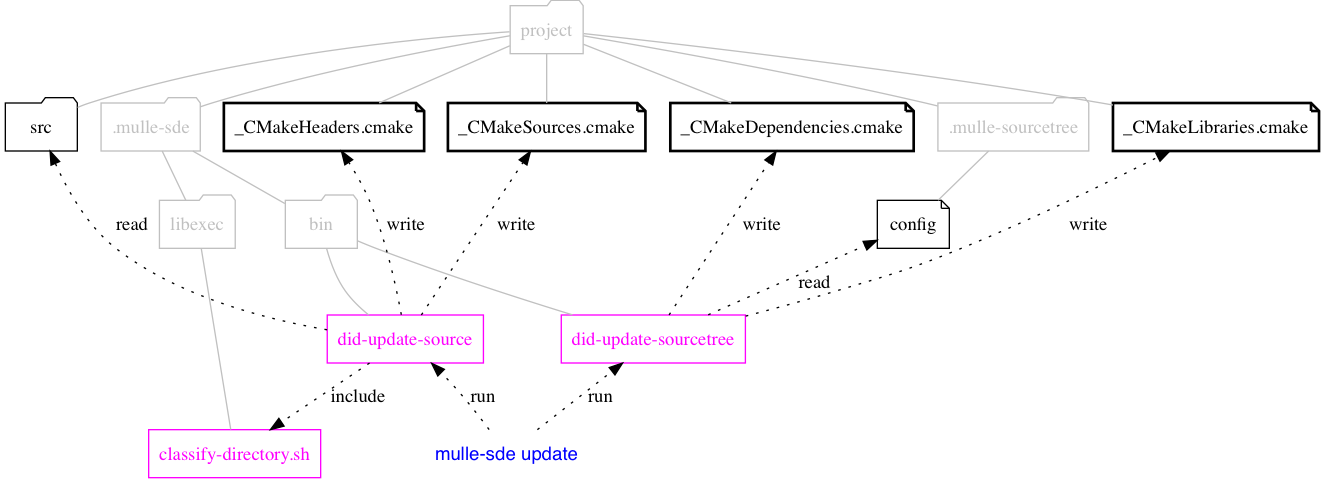
Above: dox/mulle-sde-update.png in mulle-sde/mulle-sde (Graphviz), before the change. Its source is kept beside it as dox/mulle-sde-update.dot.
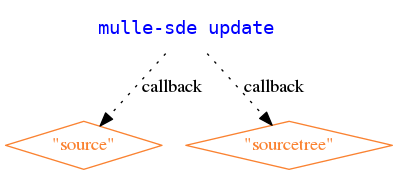
The same file after the commit.

Change to the diagram source:
```diff
@@ -4,63 +4,17 @@
     node[shape=record];
     edge[ arrowhead="none", color="gray"]
 
-    { rank = same;  "project" };
-    { rank = same;  "src", ".mulle-sde" ".mulle-sourcetree", "_CMakeHeaders.cmake", "_CMakeSources.cmake", "_CMakeLibraries.cmake", "_CMakeDependencies.cmake"};
-    { rank = same;  "bin", "libexec", "config"}
-    { rank = same;  "classify-directory.sh" };
-    { rank = same;  "did-update-source", "did-update-sourcetree" };
+    { rank = same;  "source-callback", "sourcetree-callback" };
     { rank = last;  "mulle-sde update" };
 
-    "_CMakeHeaders.cmake"      [ shape="note", penwidth="2" ]
-    "_CMakeSources.cmake"      [ shape="note", penwidth="2" ]
-    "_CMakeDependencies.cmake" [ shape="note", penwidth="2" ]
-    "_CMakeLibraries.cmake"    [ shape="note", penwidth="2" ]
+    "source-callback"        [ shape="diamond", color="#fa8231", fontcolor="#fa8231" label="\"source\""];
+    "sourcetree-callback"    [ shape="diamond", color="#fa8231", fontcolor="#fa8231" label="\"sourcetree\""];
 
-    "did-update-source"        [ shape="box", color="magenta", fontcolor="magenta" ]
-    "did-update-sourcetree"    [ shape="box", color="magenta", fontcolor="magenta" ]
-    "classify-directory.sh"    [ shape="box", color="magenta", fontcolor="magenta" ]
-
-    "project"                              [ shape="folder", color="gray", fontcolor="gray" ]
-    "project" -> "src"                      [ arrowhead="none" ]
-    "project" -> ".mulle-sde"               [ arrowhead="none", color="gray", fontcolor="gray" ]
-    "project" -> ".mulle-sourcetree"        [ arrowhead="none", color="gray", fontcolor="gray" ]
-    "project" -> "_CMakeHeaders.cmake"      [ arrowhead="none" ]
-    "project" -> "_CMakeSources.cmake"      [ arrowhead="none" ]
-    "project" -> "_CMakeDependencies.cmake" [ arrowhead="none" ]
-    "project" -> "_CMakeLibraries.cmake"    [ arrowhead="none" ]
-
-    "src"               [ shape="folder"]
-    ".mulle-sde"        [ shape="folder", color="gray", fontcolor="gray" ]
-    ".mulle-sourcetree" [ shape="folder", color="gray", fontcolor="gray" ]
-    "bin"               [ shape="folder", color="gray", fontcolor="gray" ]
-    "libexec"           [ shape="folder", color="gray", fontcolor="gray" ]
-    "config"            [ shape="note" ]
 
     "mulle-sde update"  [ shape="none", fontname="monospace", fontcolor="blue"]
-    "did-update-source"        -> "mulle-sde update"   [ style="invis" ]
-    "did-update-sourcetree" -> "mulle-sde update"   [ style="invis" ]
-
-
-    ".mulle-sde" -> "bin"
-    ".mulle-sde" -> "libexec"
-    "bin"  -> "did-update-source"
-    "bin"  -> "did-update-sourcetree"
-    "libexec"  -> "classify-directory.sh"
-
-    ".mulle-sourcetree" -> "config"
 
     edge[ arrowhead="", style="dotted", color="black" ]
 
-    "mulle-sde update"  -> "did-update-source"        [ label="run" ]
-    "mulle-sde update"  -> "did-update-sourcetree" [ label="run"]
-
-    "did-update-source" -> "_CMakeHeaders.cmake"      [ label="write" ]
-    "did-update-source" -> "_CMakeSources.cmake"      [ label="write" ]
-    "did-update-source" -> "classify-directory.sh"    [ label="include" ]
-
-    "did-update-sourcetree" -> "_CMakeDependencies.cmake" [ label="write" ]
-    "did-update-sourcetree" -> "_CMakeLibraries.cmake"    [ label="write" ]
-
-    "did-update-source"        -> "src"       [ label="read" ]
-    "did-update-sourcetree" -> "config"    [ label="read" ]
+    "mulle-sde update"  -> "source-callback"        [ label="callback" ]
+    "mulle-sde update"  -> "sourcetree-callback"    [ label="callback" ]
 }
```
